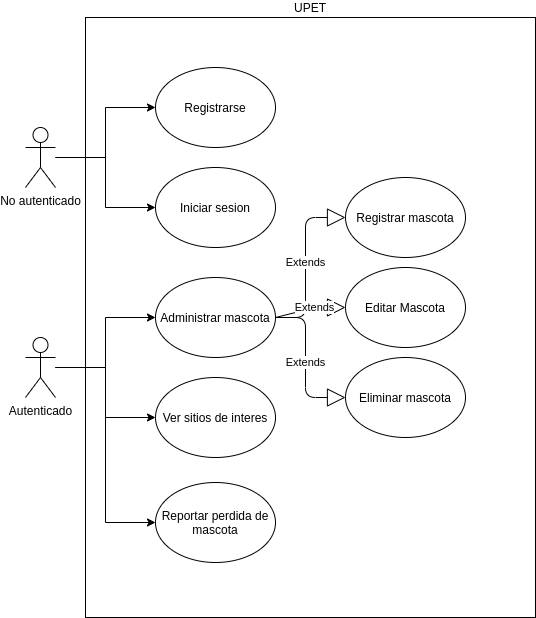
Above: DocumentacionUpet/casosdeusoupet.png in compumovil2020/UPet (draw.io), before the change. Source tidied: cells renumbered, new cells last; positions are measured from the earlier drawing's top-left corner, leaving out a move shared by most shapes. Its diagram source:
```xml
<mxGraphModel>
  <root>
    <mxCell id="0" />
    <mxCell id="1" parent="0" />
    <mxCell id="2" value="UPET" style="rounded=0;whiteSpace=wrap;html=1;labelPosition=center;verticalLabelPosition=top;align=center;verticalAlign=bottom;" parent="1" vertex="1">
      <mxGeometry x="60" width="450" height="600" as="geometry" />
    </mxCell>
    <mxCell id="3" style="edgeStyle=orthogonalEdgeStyle;rounded=0;jettySize=auto;html=1;" parent="1" edge="1" source="5" target="10">
      <mxGeometry relative="1" as="geometry" />
    </mxCell>
    <mxCell id="4" style="edgeStyle=orthogonalEdgeStyle;rounded=0;jettySize=auto;html=1;" parent="1" edge="1" source="5" target="11">
      <mxGeometry relative="1" as="geometry" />
    </mxCell>
    <mxCell id="5" value="No autenticado" style="shape=umlActor;verticalLabelPosition=bottom;verticalAlign=top;html=1;outlineConnect=0;" parent="1" vertex="1">
      <mxGeometry y="110" width="30" height="60" as="geometry" />
    </mxCell>
    <mxCell id="6" style="edgeStyle=orthogonalEdgeStyle;rounded=0;jettySize=auto;html=1;" parent="1" edge="1" source="9" target="13">
      <mxGeometry relative="1" as="geometry" />
    </mxCell>
    <mxCell id="7" style="edgeStyle=orthogonalEdgeStyle;rounded=0;jettySize=auto;html=1;entryX=0;entryY=0.5;entryDx=0;entryDy=0;" parent="1" edge="1" source="9" target="14">
      <mxGeometry relative="1" as="geometry" />
    </mxCell>
    <mxCell id="8" style="edgeStyle=orthogonalEdgeStyle;rounded=0;jettySize=auto;html=1;entryX=0;entryY=0.5;entryDx=0;entryDy=0;" parent="1" edge="1" source="9" target="15">
      <mxGeometry relative="1" as="geometry" />
    </mxCell>
    <mxCell id="9" value="Autenticado" style="shape=umlActor;verticalLabelPosition=bottom;verticalAlign=top;html=1;outlineConnect=0;" parent="1" vertex="1">
      <mxGeometry y="320" width="30" height="60" as="geometry" />
    </mxCell>
    <mxCell id="10" value="Registrarse" style="ellipse;whiteSpace=wrap;html=1;" parent="1" vertex="1">
      <mxGeometry x="130" y="50" width="120" height="80" as="geometry" />
    </mxCell>
    <mxCell id="11" value="Iniciar sesion" style="ellipse;whiteSpace=wrap;html=1;" parent="1" vertex="1">
      <mxGeometry x="130" y="150" width="120" height="80" as="geometry" />
    </mxCell>
    <mxCell id="12" value="Registrar mascota" style="ellipse;whiteSpace=wrap;html=1;" parent="1" vertex="1">
      <mxGeometry x="320" y="160" width="120" height="80" as="geometry" />
    </mxCell>
    <mxCell id="13" value="Ver sitios de interes" style="ellipse;whiteSpace=wrap;html=1;" parent="1" vertex="1">
      <mxGeometry x="130" y="360" width="120" height="80" as="geometry" />
    </mxCell>
    <mxCell id="14" value="Administrar mascota" style="ellipse;whiteSpace=wrap;html=1;" parent="1" vertex="1">
      <mxGeometry x="130" y="260" width="120" height="80" as="geometry" />
    </mxCell>
    <mxCell id="15" value="Reportar perdida de mascota" style="ellipse;whiteSpace=wrap;html=1;" parent="1" vertex="1">
      <mxGeometry x="130" y="465" width="120" height="80" as="geometry" />
    </mxCell>
    <mxCell id="16" value="Editar Mascota" style="ellipse;whiteSpace=wrap;html=1;" parent="1" vertex="1">
      <mxGeometry x="320" y="250" width="120" height="80" as="geometry" />
    </mxCell>
    <mxCell id="17" value="Eliminar mascota" style="ellipse;whiteSpace=wrap;html=1;" parent="1" vertex="1">
      <mxGeometry x="320" y="340" width="120" height="80" as="geometry" />
    </mxCell>
    <mxCell id="18" value="Extends" style="endArrow=block;endSize=16;endFill=0;html=1;exitX=1;exitY=0.5;exitDx=0;exitDy=0;entryX=0;entryY=0.5;entryDx=0;entryDy=0;" parent="1" edge="1" source="14" target="12">
      <mxGeometry relative="1" as="geometry">
        <Array as="points">
          <mxPoint x="280" y="300" />
          <mxPoint x="280" y="200" />
        </Array>
      </mxGeometry>
    </mxCell>
    <mxCell id="19" value="Extends" style="endArrow=block;endSize=16;endFill=0;html=1;exitX=1;exitY=0.5;exitDx=0;exitDy=0;entryX=0;entryY=0.5;entryDx=0;entryDy=0;" parent="1" edge="1" source="14" target="16">
      <mxGeometry x="0.12" relative="1" as="geometry">
        <Array as="points">
          <mxPoint x="290" y="290" />
        </Array>
      </mxGeometry>
    </mxCell>
    <mxCell id="20" value="Extends" style="endArrow=block;endSize=16;endFill=0;html=1;exitX=1;exitY=0.5;exitDx=0;exitDy=0;entryX=0;entryY=0.5;entryDx=0;entryDy=0;" parent="1" edge="1" source="14" target="17">
      <mxGeometry relative="1" as="geometry">
        <Array as="points">
          <mxPoint x="280" y="300" />
          <mxPoint x="280" y="380" />
        </Array>
      </mxGeometry>
    </mxCell>
  </root>
</mxGraphModel>
```
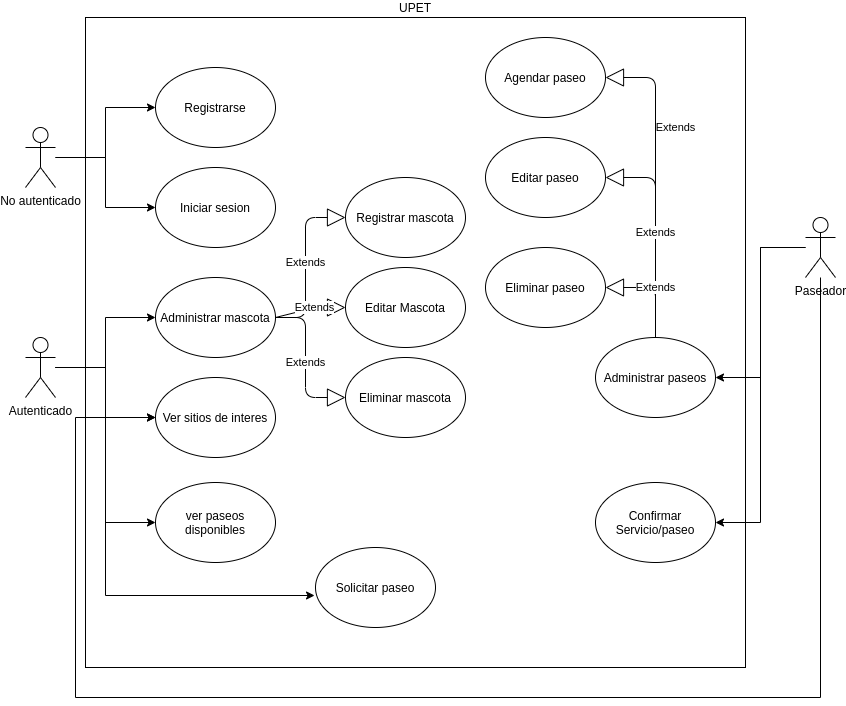
Above is the later version.

Change to the diagram source:
```diff
@@ -3,7 +3,7 @@
     <mxCell id="0" />
     <mxCell id="1" parent="0" />
     <mxCell id="2" value="UPET" style="rounded=0;whiteSpace=wrap;html=1;labelPosition=center;verticalLabelPosition=top;align=center;verticalAlign=bottom;" parent="1" vertex="1">
-      <mxGeometry x="60" width="450" height="600" as="geometry" />
+      <mxGeometry x="60" width="660" height="650" as="geometry" />
     </mxCell>
     <mxCell id="3" style="edgeStyle=orthogonalEdgeStyle;rounded=0;jettySize=auto;html=1;" parent="1" edge="1" source="5" target="10">
       <mxGeometry relative="1" as="geometry" />
@@ -20,9 +20,17 @@
     <mxCell id="7" style="edgeStyle=orthogonalEdgeStyle;rounded=0;jettySize=auto;html=1;entryX=0;entryY=0.5;entryDx=0;entryDy=0;" parent="1" edge="1" source="9" target="14">
       <mxGeometry relative="1" as="geometry" />
     </mxCell>
-    <mxCell id="8" style="edgeStyle=orthogonalEdgeStyle;rounded=0;jettySize=auto;html=1;entryX=0;entryY=0.5;entryDx=0;entryDy=0;" parent="1" edge="1" source="9" target="15">
-      <mxGeometry relative="1" as="geometry" />
-    </mxCell>
+    <mxCell id="21" style="edgeStyle=orthogonalEdgeStyle;rounded=0;jettySize=auto;html=1;entryX=0;entryY=0.5;entryDx=0;entryDy=0;" parent="1" edge="1" source="9" target="23">
+      <mxGeometry relative="1" as="geometry" />
+    </mxCell>
+    <mxCell id="22" style="edgeStyle=orthogonalEdgeStyle;rounded=0;jettySize=auto;html=1;entryX=-0.008;entryY=0.6;entryDx=0;entryDy=0;entryPerimeter=0;" parent="1" edge="1" source="9" target="28">
+      <mxGeometry relative="1" as="geometry">
+        <Array as="points">
+          <mxPoint x="80" y="350" />
+          <mxPoint x="80" y="578" />
+        </Array>
+      </mxGeometry>
+    </mxCell>
     <mxCell id="9" value="Autenticado" style="shape=umlActor;verticalLabelPosition=bottom;verticalAlign=top;html=1;outlineConnect=0;" parent="1" vertex="1">
       <mxGeometry y="320" width="30" height="60" as="geometry" />
     </mxCell>
@@ -41,9 +49,9 @@
     <mxCell id="14" value="Administrar mascota" style="ellipse;whiteSpace=wrap;html=1;" parent="1" vertex="1">
       <mxGeometry x="130" y="260" width="120" height="80" as="geometry" />
     </mxCell>
-    <mxCell id="15" value="Reportar perdida de mascota" style="ellipse;whiteSpace=wrap;html=1;" parent="1" vertex="1">
-      <mxGeometry x="130" y="465" width="120" height="80" as="geometry" />
-    </mxCell>
+    <mxCell id="23" value="ver paseos disponibles" style="ellipse;whiteSpace=wrap;html=1;" parent="1" vertex="1">
+      <mxGeometry x="130" y="465" width="120" height="80" as="geometry" />
+    </mxCell>
     <mxCell id="16" value="Editar Mascota" style="ellipse;whiteSpace=wrap;html=1;" parent="1" vertex="1">
       <mxGeometry x="320" y="250" width="120" height="80" as="geometry" />
     </mxCell>
@@ -73,5 +81,62 @@
         </Array>
       </mxGeometry>
     </mxCell>
+    <mxCell id="24" style="edgeStyle=orthogonalEdgeStyle;rounded=0;jettySize=auto;html=1;entryX=1;entryY=0.5;entryDx=0;entryDy=0;" parent="1" edge="1" source="27" target="29">
+      <mxGeometry relative="1" as="geometry" />
+    </mxCell>
+    <mxCell id="25" style="edgeStyle=orthogonalEdgeStyle;rounded=0;jettySize=auto;html=1;entryX=1;entryY=0.5;entryDx=0;entryDy=0;" parent="1" edge="1" source="27" target="30">
+      <mxGeometry relative="1" as="geometry" />
+    </mxCell>
+    <mxCell id="26" style="edgeStyle=orthogonalEdgeStyle;rounded=0;jettySize=auto;html=1;" parent="1" edge="1" source="27" target="13">
+      <mxGeometry relative="1" as="geometry">
+        <Array as="points">
+          <mxPoint x="795" y="680" />
+          <mxPoint x="50" y="680" />
+          <mxPoint x="50" y="400" />
+        </Array>
+      </mxGeometry>
+    </mxCell>
+    <mxCell id="27" value="Paseador&lt;br&gt;" style="shape=umlActor;verticalLabelPosition=bottom;verticalAlign=top;html=1;outlineConnect=0;" parent="1" vertex="1">
+      <mxGeometry x="780" y="200" width="30" height="60" as="geometry" />
+    </mxCell>
+    <mxCell id="28" value="Solicitar paseo" style="ellipse;whiteSpace=wrap;html=1;" parent="1" vertex="1">
+      <mxGeometry x="290" y="530" width="120" height="80" as="geometry" />
+    </mxCell>
+    <mxCell id="29" value="Administrar paseos" style="ellipse;whiteSpace=wrap;html=1;" parent="1" vertex="1">
+      <mxGeometry x="570" y="320" width="120" height="80" as="geometry" />
+    </mxCell>
+    <mxCell id="30" value="Confirmar Servicio/paseo" style="ellipse;whiteSpace=wrap;html=1;" parent="1" vertex="1">
+      <mxGeometry x="570" y="465" width="120" height="80" as="geometry" />
+    </mxCell>
+    <mxCell id="31" value="Agendar paseo" style="ellipse;whiteSpace=wrap;html=1;" parent="1" vertex="1">
+      <mxGeometry x="460" y="20" width="120" height="80" as="geometry" />
+    </mxCell>
+    <mxCell id="32" value="Editar paseo" style="ellipse;whiteSpace=wrap;html=1;" parent="1" vertex="1">
+      <mxGeometry x="460" y="120" width="120" height="80" as="geometry" />
+    </mxCell>
+    <mxCell id="33" value="Eliminar paseo" style="ellipse;whiteSpace=wrap;html=1;" parent="1" vertex="1">
+      <mxGeometry x="460" y="230" width="120" height="80" as="geometry" />
+    </mxCell>
+    <mxCell id="34" value="Extends" style="endArrow=block;endSize=16;endFill=0;html=1;exitX=0.5;exitY=0;exitDx=0;exitDy=0;entryX=1;entryY=0.5;entryDx=0;entryDy=0;" parent="1" edge="1" source="29" target="31">
+      <mxGeometry x="0.35" y="-20" relative="1" as="geometry">
+        <Array as="points">
+          <mxPoint x="630" y="60" />
+        </Array>
+      </mxGeometry>
+    </mxCell>
+    <mxCell id="35" value="Extends" style="endArrow=block;endSize=16;endFill=0;html=1;exitX=0.5;exitY=0;exitDx=0;exitDy=0;entryX=1;entryY=0.5;entryDx=0;entryDy=0;" parent="1" edge="1" source="29" target="32">
+      <mxGeometry relative="1" as="geometry">
+        <Array as="points">
+          <mxPoint x="630" y="160" />
+        </Array>
+      </mxGeometry>
+    </mxCell>
+    <mxCell id="36" value="Extends" style="endArrow=block;endSize=16;endFill=0;html=1;exitX=0.5;exitY=0;exitDx=0;exitDy=0;entryX=1;entryY=0.5;entryDx=0;entryDy=0;" parent="1" edge="1" source="29" target="33">
+      <mxGeometry relative="1" as="geometry">
+        <Array as="points">
+          <mxPoint x="630" y="270" />
+        </Array>
+      </mxGeometry>
+    </mxCell>
   </root>
 </mxGraphModel>
```
